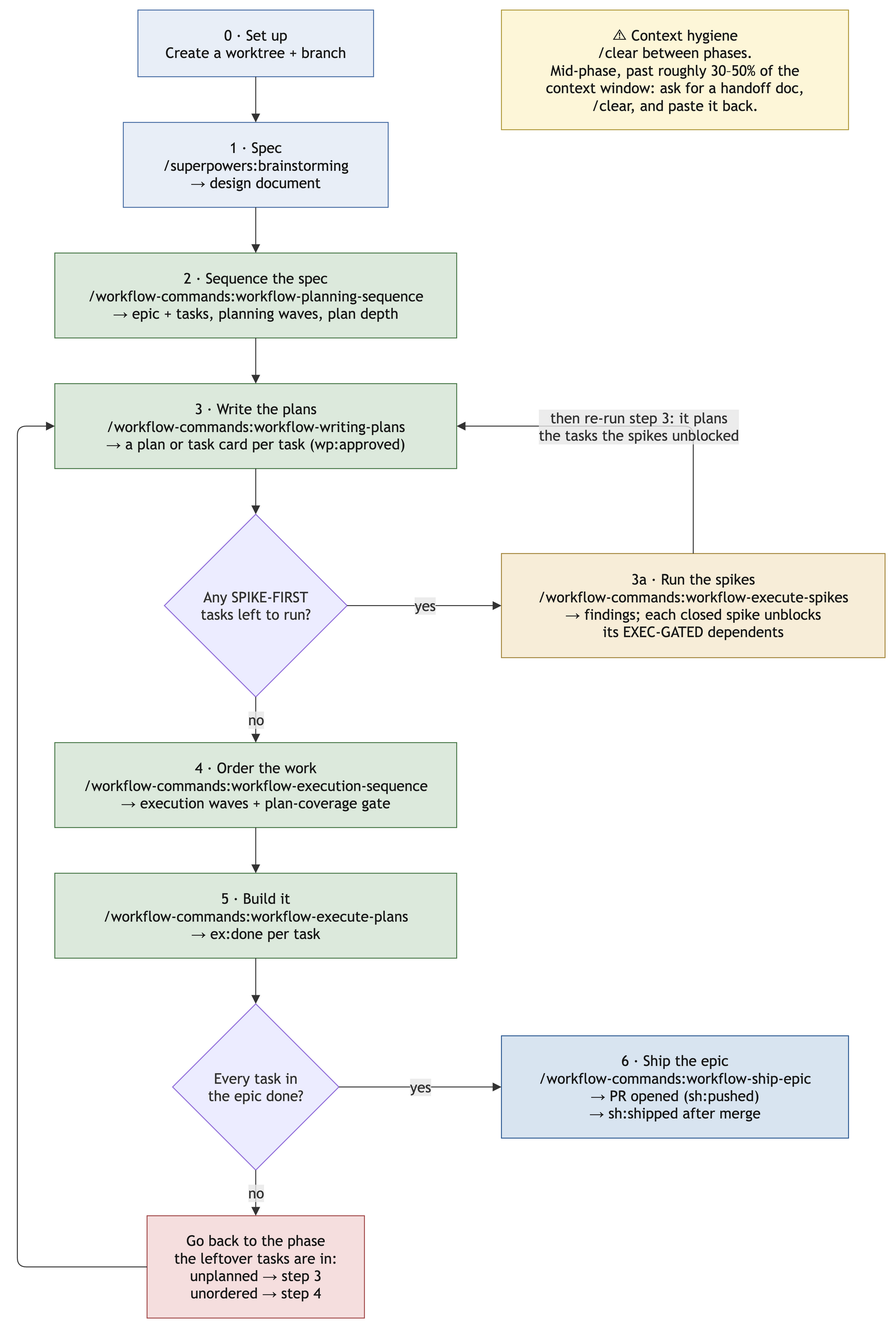
The draw.io diagram docs/workflow-process-flow.drawio.png in arkevo/beadspowers-python, before a commit. Source tidied: cells renumbered, new cells last; positions are measured from the earlier drawing's top-left corner, leaving out a move shared by most shapes.
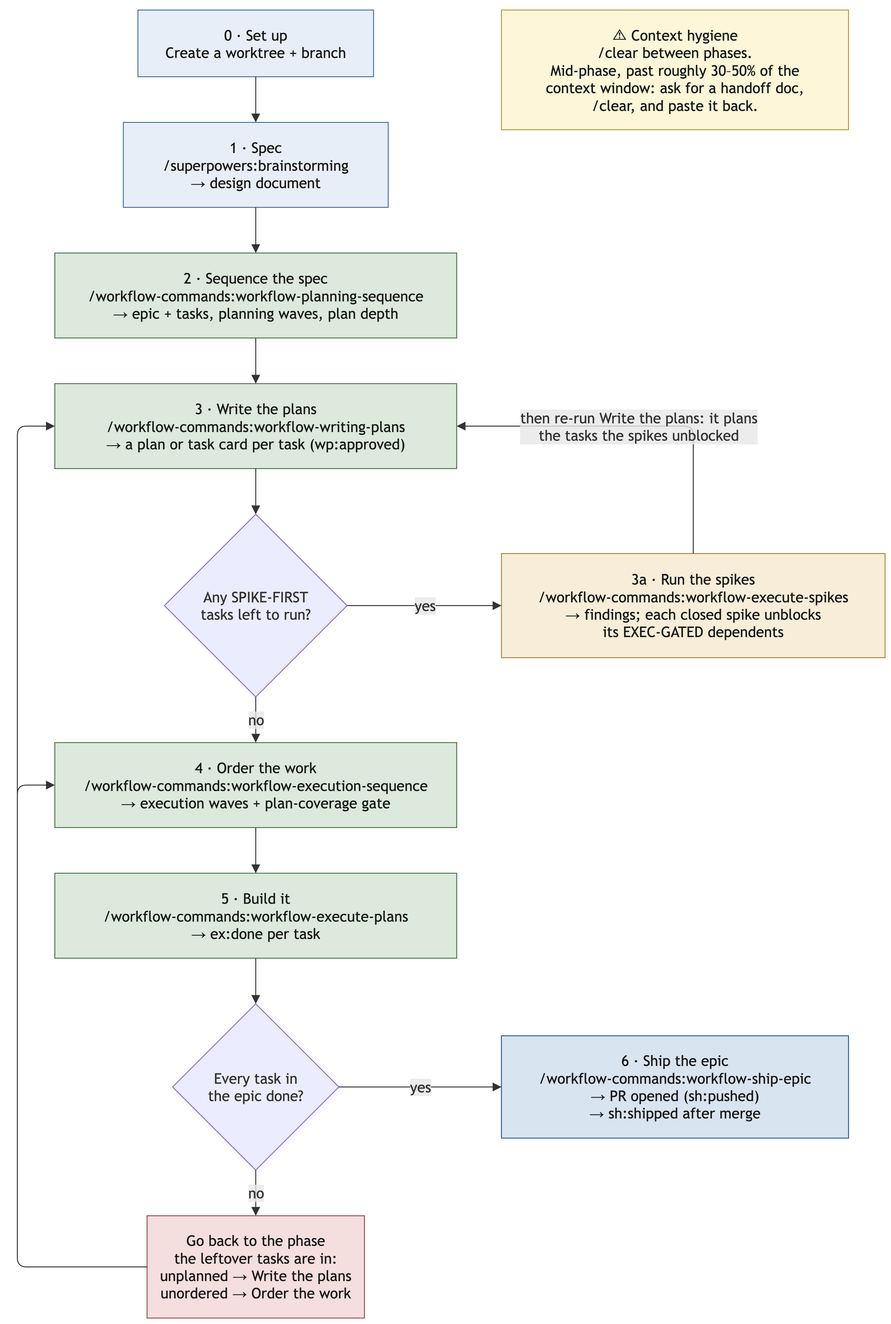
Above is the later version.

Commit message:
docs: W8 review fixes — brainstorming specs land in docs/plans, the diagram names its boxes

What changed in the source:
```diff
@@ -32,7 +32,7 @@
     <mxCell id="11" value="6 · Ship the epic&#10;/workflow-commands:workflow-ship-epic&#10;→ PR opened (sh:pushed)&#10;→ sh:shipped after merge" style="html=1;whiteSpace=wrap;strokeWidth=1;fillColor=#d8e4f0;strokeColor=#2f5c94;fontColor=#1a1a1a;fontFamily=Trebuchet MS,Verdana,Arial,sans-serif;fontSize=16;" parent="1" vertex="1">
       <mxGeometry x="530" y="1123" width="380" height="112" as="geometry" />
     </mxCell>
-    <mxCell id="12" value="Go back to the phase&#10;the leftover tasks are in:&#10;unplanned → step 3&#10;unordered → step 4" style="html=1;whiteSpace=wrap;strokeWidth=1;fillColor=#f5dede;strokeColor=#a34a4a;fontColor=#1a1a1a;fontFamily=Trebuchet MS,Verdana,Arial,sans-serif;fontSize=16;" parent="1" vertex="1">
+    <mxCell id="12" value="Go back to the phase&#10;the leftover tasks are in:&#10;unplanned → Write the plans&#10;unordered → Order the work" style="html=1;whiteSpace=wrap;strokeWidth=1;fillColor=#f5dede;strokeColor=#a34a4a;fontColor=#1a1a1a;fontFamily=Trebuchet MS,Verdana,Arial,sans-serif;fontSize=16;" parent="1" vertex="1">
       <mxGeometry x="142" y="1320" width="238" height="112" as="geometry" />
     </mxCell>
     <mxCell id="13" value="⚠ Context hygiene&#10;/clear between phases.&#10;Mid-phase, past roughly 30–50% of the&#10;context window: ask for a handoff doc,&#10;/clear, and paste it back." style="html=1;whiteSpace=wrap;strokeWidth=1;fillColor=#fdf6d8;strokeColor=#b09a3c;fontColor=#1a1a1a;fontFamily=Trebuchet MS,Verdana,Arial,sans-serif;fontSize=16;" parent="1" vertex="1">
@@ -53,7 +53,7 @@
     <mxCell id="18" value="yes" style="edgeStyle=orthogonalEdgeStyle;rounded=1;startArrow=none;endArrow=block;endSize=7;strokeColor=light-dark(#333333,#cccccc);html=1;fontSize=16;labelBackgroundColor=light-dark(#E8E8E88D,#2a2a2a8D);fontFamily=Trebuchet MS,Verdana,Arial,sans-serif;fontColor=light-dark(#333333,#cccccc);exitX=1;exitY=0.5;entryX=0;entryY=0.5;" parent="1" edge="1" source="6" target="7">
       <mxGeometry relative="1" as="geometry" />
     </mxCell>
-    <mxCell id="19" value="then re-run step 3: it plans&#10;the tasks the spikes unblocked" style="edgeStyle=orthogonalEdgeStyle;rounded=1;startArrow=none;endArrow=block;endSize=7;strokeColor=light-dark(#333333,#cccccc);html=1;fontSize=16;labelBackgroundColor=light-dark(#E8E8E88D,#2a2a2a8D);fontFamily=Trebuchet MS,Verdana,Arial,sans-serif;fontColor=light-dark(#333333,#cccccc);exitX=0.5;exitY=0;entryX=1;entryY=0.5;" parent="1" edge="1" source="7" target="5">
+    <mxCell id="19" value="then re-run Write the plans: it plans&#10;the tasks the spikes unblocked" style="edgeStyle=orthogonalEdgeStyle;rounded=1;startArrow=none;endArrow=block;endSize=7;strokeColor=light-dark(#333333,#cccccc);html=1;fontSize=16;labelBackgroundColor=light-dark(#E8E8E88D,#2a2a2a8D);fontFamily=Trebuchet MS,Verdana,Arial,sans-serif;fontColor=light-dark(#333333,#cccccc);exitX=0.5;exitY=0;entryX=1;entryY=0.5;" parent="1" edge="1" source="7" target="5">
       <mxGeometry relative="1" as="geometry">
         <Array as="points">
           <mxPoint x="740" y="455" />
@@ -80,6 +80,14 @@
         </Array>
       </mxGeometry>
     </mxCell>
+    <mxCell id="26" style="edgeStyle=orthogonalEdgeStyle;rounded=1;startArrow=none;endArrow=block;endSize=7;strokeColor=light-dark(#333333,#cccccc);exitX=0;exitY=0.5;entryX=0;entryY=0.5;" parent="1" edge="1" source="12" target="8">
+      <mxGeometry relative="1" as="geometry">
+        <Array as="points">
+          <mxPoint y="1376" />
+          <mxPoint y="848.5" />
+        </Array>
+      </mxGeometry>
+    </mxCell>
     <mxCell id="25" value="yes" style="edgeStyle=orthogonalEdgeStyle;rounded=1;startArrow=none;endArrow=block;endSize=7;strokeColor=light-dark(#333333,#cccccc);html=1;fontSize=16;labelBackgroundColor=light-dark(#E8E8E88D,#2a2a2a8D);fontFamily=Trebuchet MS,Verdana,Arial,sans-serif;fontColor=light-dark(#333333,#cccccc);exitX=1;exitY=0.5;entryX=0;entryY=0.5;" parent="1" edge="1" source="10" target="11">
       <mxGeometry relative="1" as="geometry" />
     </mxCell>
```
